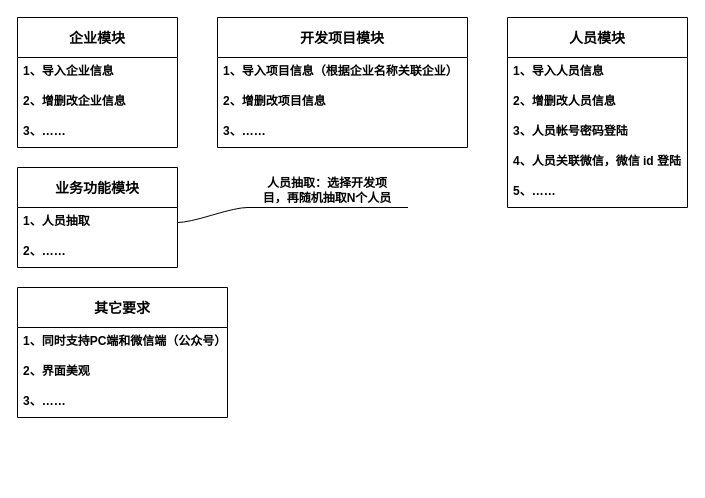
Earlier version of the draw.io diagram 未命名绘图.drawio (zengxiangj/jd_sign_bot). Source tidied: cells renumbered, new cells numbered last; positions are measured from the earlier drawing's top-left corner, leaving out a move shared by most shapes. Both pictures are drawn from the tidied source at 100%, with x=0, y=0 at pixel (17, 17).
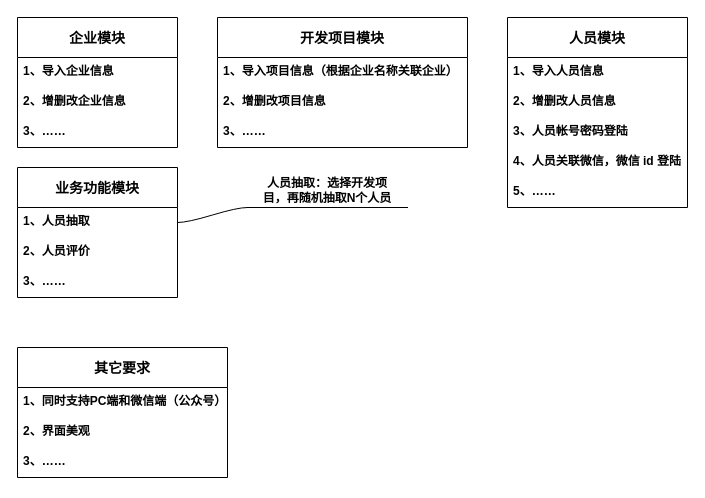
Above is the later version.

Commit message:
更新未命名绘图.drawio

What changed in the source:
```diff
@@
     <mxCell id="16" value="业务功能模块" style="swimlane;fontStyle=1;horizontal=1;startSize=40;align=center;fontSize=14;" parent="1" vertex="1">
-      <mxGeometry y="150" width="160" height="100" as="geometry" />
+      <mxGeometry y="150" width="160" height="130" as="geometry" />
     </mxCell>
@@
-    <mxCell id="18" value="2、……" style="text;strokeColor=none;fillColor=none;spacingLeft=4;spacingRight=4;overflow=hidden;fontSize=12;fontStyle=1;" parent="16" vertex="1">
+    <mxCell id="18" value="2、人员评价" style="text;strokeColor=none;fillColor=none;spacingLeft=4;spacingRight=4;overflow=hidden;fontSize=12;fontStyle=1;" parent="16" vertex="1">
       <mxGeometry y="70" width="160" height="30" as="geometry" />
     </mxCell>
+    <mxCell id="25" value="3、……" style="text;strokeColor=none;fillColor=none;spacingLeft=4;spacingRight=4;overflow=hidden;fontSize=12;fontStyle=1;" parent="16" vertex="1">
+      <mxGeometry y="100" width="160" height="30" as="geometry" />
+    </mxCell>
@@
     <mxCell id="21" value="其它要求" style="swimlane;fontStyle=1;horizontal=1;startSize=40;align=center;fontSize=14;" parent="1" vertex="1">
-      <mxGeometry y="270" width="210" height="130" as="geometry" />
+      <mxGeometry y="330" width="210" height="130" as="geometry" />
     </mxCell>
```
